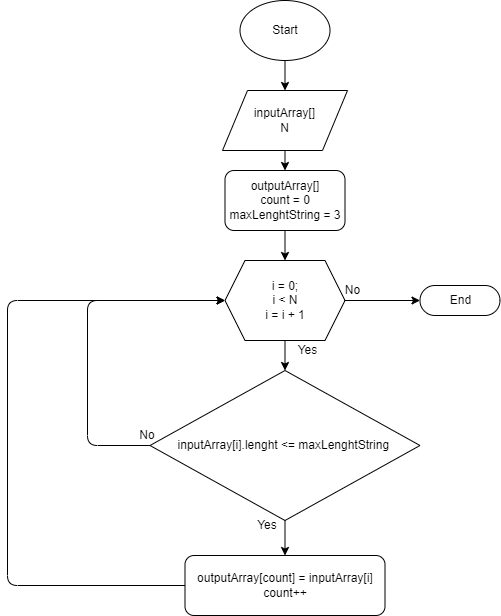
This is .drawio.png from 16BoB/FinalTest, a draw.io export, as it was before one commit. Source tidied: cells renumbered, new cells last; positions are measured from the earlier drawing's top-left corner, leaving out a move shared by most shapes.
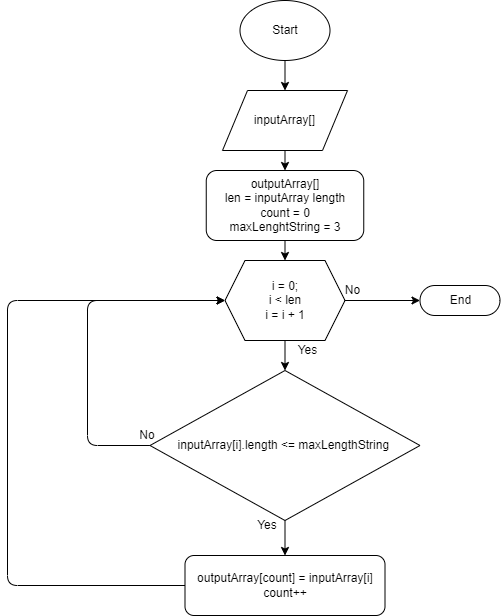
Above is the later version.

Commit message:
corrected the names in the flowchart

Change to the diagram source:
```diff
@@ -5,7 +5,7 @@
     <mxCell id="2" style="edgeStyle=none;html=1;" parent="1" edge="1" source="3" target="8">
       <mxGeometry relative="1" as="geometry" />
     </mxCell>
-    <mxCell id="3" value="inputArray[]&lt;br&gt;N" style="shape=parallelogram;perimeter=parallelogramPerimeter;whiteSpace=wrap;html=1;dashed=0;" parent="1" vertex="1">
+    <mxCell id="3" value="inputArray[]" style="shape=parallelogram;perimeter=parallelogramPerimeter;whiteSpace=wrap;html=1;dashed=0;" parent="1" vertex="1">
       <mxGeometry x="215" y="90" width="125" height="60" as="geometry" />
     </mxCell>
     <mxCell id="4" style="edgeStyle=none;html=1;" parent="1" edge="1" source="6" target="13">
@@ -14,14 +14,14 @@
     <mxCell id="5" style="edgeStyle=none;html=1;entryX=0;entryY=0.5;entryDx=0;entryDy=0;entryPerimeter=0;" parent="1" edge="1" source="6" target="19">
       <mxGeometry relative="1" as="geometry" />
     </mxCell>
-    <mxCell id="6" value="i = 0;&lt;br&gt;i &amp;lt; N&lt;br&gt;i = i + 1" style="shape=hexagon;perimeter=hexagonPerimeter2;whiteSpace=wrap;html=1;fixedSize=1;" parent="1" vertex="1">
+    <mxCell id="6" value="i = 0;&lt;br&gt;i &amp;lt; len&lt;br&gt;i = i + 1" style="shape=hexagon;perimeter=hexagonPerimeter2;whiteSpace=wrap;html=1;fixedSize=1;" parent="1" vertex="1">
       <mxGeometry x="217.5" y="260" width="120" height="80" as="geometry" />
     </mxCell>
     <mxCell id="7" style="edgeStyle=none;html=1;entryX=0.5;entryY=0;entryDx=0;entryDy=0;" parent="1" edge="1" source="8" target="6">
       <mxGeometry relative="1" as="geometry" />
     </mxCell>
-    <mxCell id="8" value="outputArray[]&lt;br&gt;count = 0&lt;br&gt;maxLenghtString = 3" style="rounded=1;whiteSpace=wrap;html=1;" parent="1" vertex="1">
-      <mxGeometry x="217.5" y="170" width="120" height="60" as="geometry" />
+    <mxCell id="8" value="outputArray[]&lt;br&gt;len = inputArray length&lt;br&gt;count = 0&lt;br&gt;maxLenghtString = 3" style="rounded=1;whiteSpace=wrap;html=1;" parent="1" vertex="1">
+      <mxGeometry x="198.8" y="170" width="157.5" height="70" as="geometry" />
     </mxCell>
     <mxCell id="9" style="edgeStyle=none;html=1;entryX=0.5;entryY=0;entryDx=0;entryDy=0;" parent="1" edge="1" source="10" target="3">
       <mxGeometry relative="1" as="geometry" />
@@ -40,7 +40,7 @@
         </Array>
       </mxGeometry>
     </mxCell>
-    <mxCell id="13" value="inputArray[i].lenght &amp;lt;= maxLenghtString&amp;nbsp;" style="rhombus;whiteSpace=wrap;html=1;" parent="1" vertex="1">
+    <mxCell id="13" value="inputArray[i].length &amp;lt;= maxLengthString&amp;nbsp;" style="rhombus;whiteSpace=wrap;html=1;" parent="1" vertex="1">
       <mxGeometry x="142.5" y="370" width="270" height="150" as="geometry" />
     </mxCell>
     <mxCell id="14" style="edgeStyle=none;html=1;entryX=0;entryY=0.5;entryDx=0;entryDy=0;" parent="1" edge="1" source="15" target="6">
```
